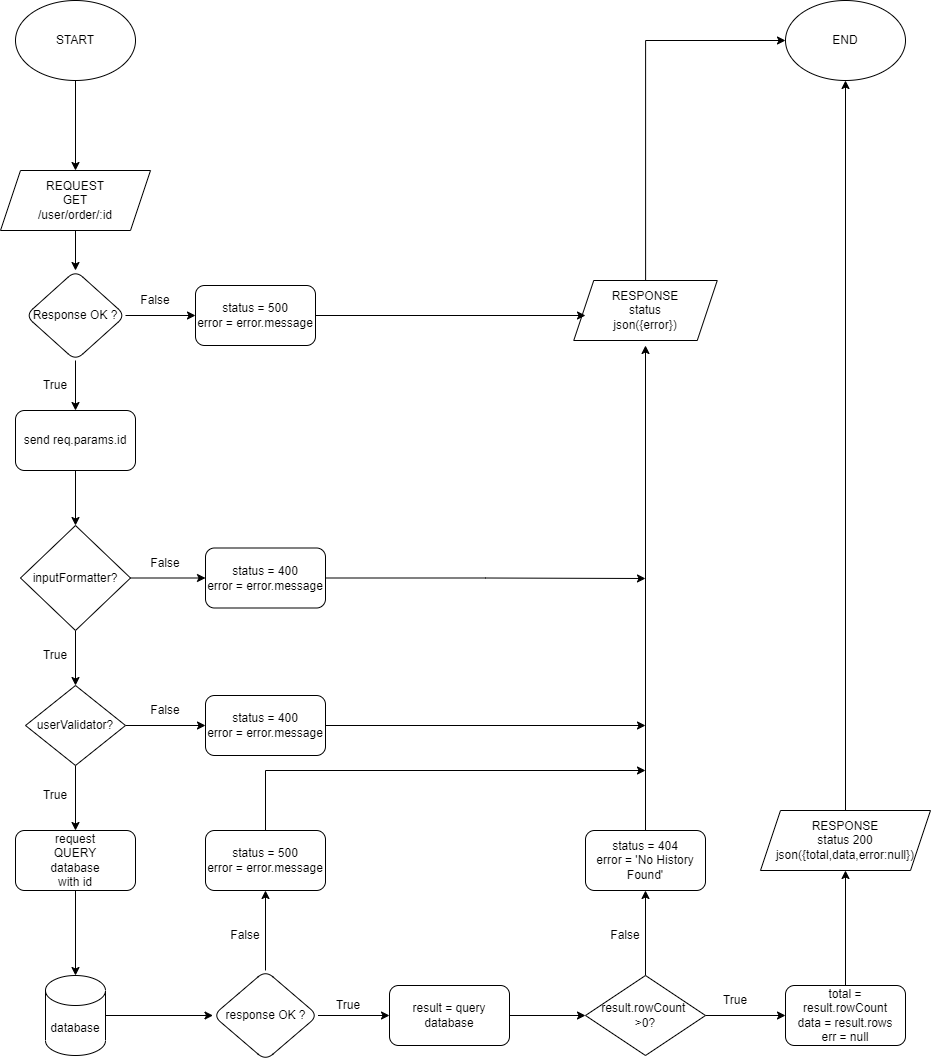
This is flowchart/API-flowchart-GET user_order__id.drawio.png from achmadrasidi/juncoffee, a draw.io export, as it was before one commit. Source tidied: cells renumbered, new cells last; positions are measured from the earlier drawing's top-left corner, leaving out a move shared by most shapes.
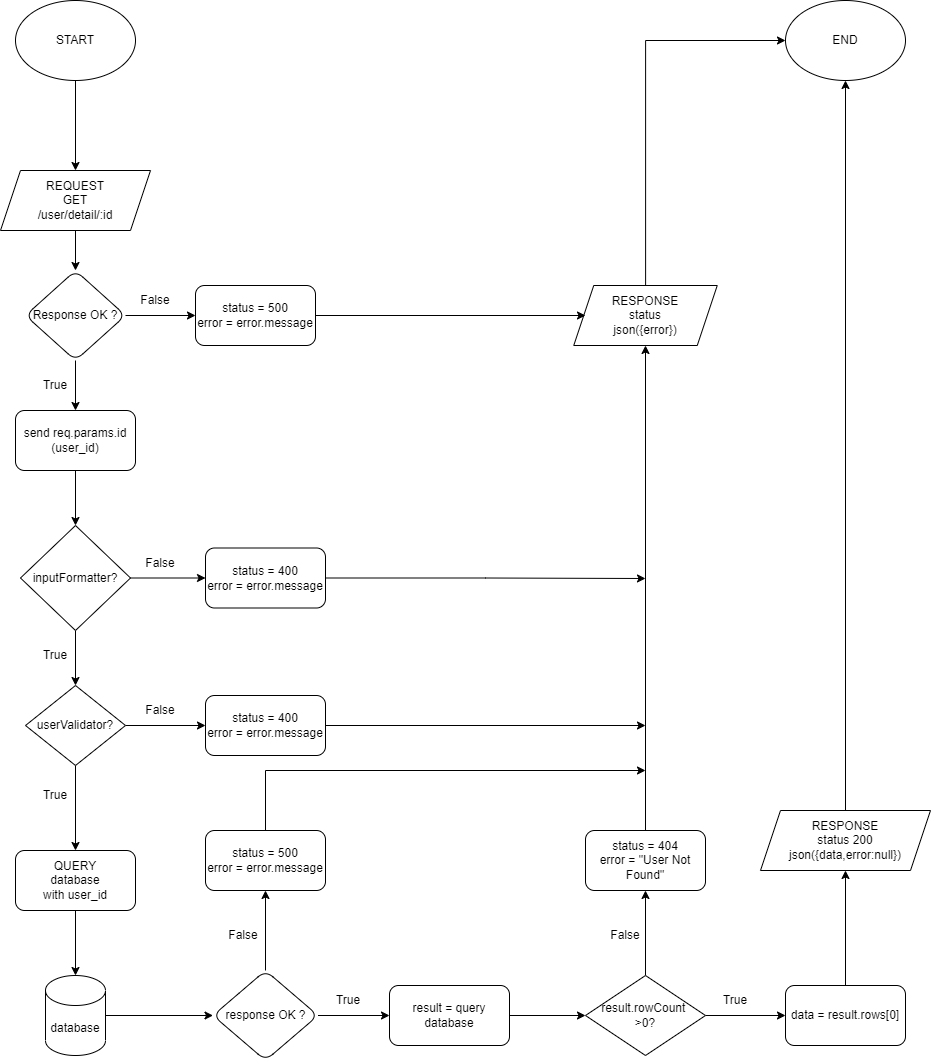
The same diagram one commit later.

The edit, as a diff of the source:
```diff
@@ -22,7 +22,7 @@
     <mxCell id="7" style="edgeStyle=orthogonalEdgeStyle;rounded=0;jettySize=auto;html=1;" parent="1" edge="1" source="8" target="40">
       <mxGeometry relative="1" as="geometry" />
     </mxCell>
-    <mxCell id="8" value="send req.params.id" style="whiteSpace=wrap;html=1;rounded=1;" parent="1" vertex="1">
+    <mxCell id="8" value="send req.params.id&lt;br&gt;(user_id)" style="whiteSpace=wrap;html=1;rounded=1;" parent="1" vertex="1">
       <mxGeometry x="15" y="410" width="120" height="60" as="geometry" />
     </mxCell>
     <mxCell id="9" style="edgeStyle=orthogonalEdgeStyle;rounded=0;jettySize=auto;html=1;" parent="1" edge="1" source="10" target="6">
@@ -46,8 +46,8 @@
     <mxCell id="15" style="edgeStyle=orthogonalEdgeStyle;rounded=0;jettySize=auto;html=1;" parent="1" edge="1" source="16" target="14">
       <mxGeometry relative="1" as="geometry" />
     </mxCell>
-    <mxCell id="16" value="request&lt;br&gt;QUERY&lt;br&gt;database&lt;br&gt;with id" style="rounded=1;whiteSpace=wrap;html=1;" parent="1" vertex="1">
-      <mxGeometry x="15" y="830" width="120" height="60" as="geometry" />
+    <mxCell id="16" value="SELECT&amp;nbsp;id,name,&lt;br&gt;email,phone_number,address,&lt;br&gt;date_of_birth,gender,last_&lt;br&gt;order,created_at, updated_at&amp;nbsp; &lt;br&gt;FROM users WHERE id = $1" style="rounded=1;whiteSpace=wrap;html=1;" parent="1" vertex="1">
+      <mxGeometry x="-30" y="820" width="210" height="110" as="geometry" />
     </mxCell>
     <mxCell id="17" style="edgeStyle=orthogonalEdgeStyle;rounded=0;jettySize=auto;html=1;" parent="1" edge="1" source="19" target="27">
       <mxGeometry relative="1" as="geometry" />
```
